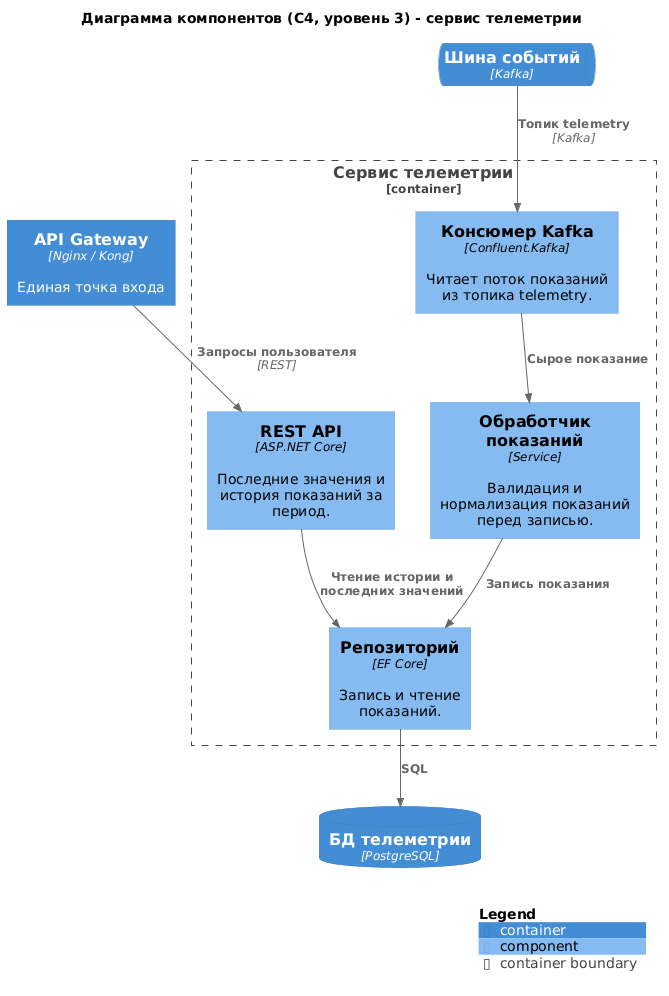
This is schemas/task2-c4-components-telemetry.png from Atom-Py/architecture-pro-warmhouse, a PlantUML export, as it was before one commit. Source of this version:
```plantuml
@startuml task2-c4-components-telemetry
!include <C4/C4_Component>

title Диаграмма компонентов (C4, уровень 3) - сервис телеметрии

Container(gateway, "API Gateway", "Nginx / Kong", "Единая точка входа")
ContainerQueue(kafka, "Шина событий", "Kafka", "")
ContainerDb(telemetry_db, "БД телеметрии", "PostgreSQL", "")

Container_Boundary(telemetry, "Сервис телеметрии") {
    Component(consumer, "Консюмер Kafka", "Confluent.Kafka", "Читает поток показаний из топика telemetry.")
    Component(processor, "Обработчик показаний", "Service", "Валидация и нормализация показаний перед записью.")
    Component(api, "REST API", "ASP.NET Core", "Последние значения и история показаний за период.")
    Component(repo, "Репозиторий", "EF Core", "Запись и чтение показаний.")
}

Rel(kafka, consumer, "Топик telemetry", "Kafka")
Rel(consumer, processor, "Сырое показание")
Rel(processor, repo, "Запись показания")
Rel(gateway, api, "Запросы пользователя", "REST")
Rel(api, repo, "Чтение истории и последних значений")
Rel(repo, telemetry_db, "SQL")

SHOW_LEGEND()
@enduml
```
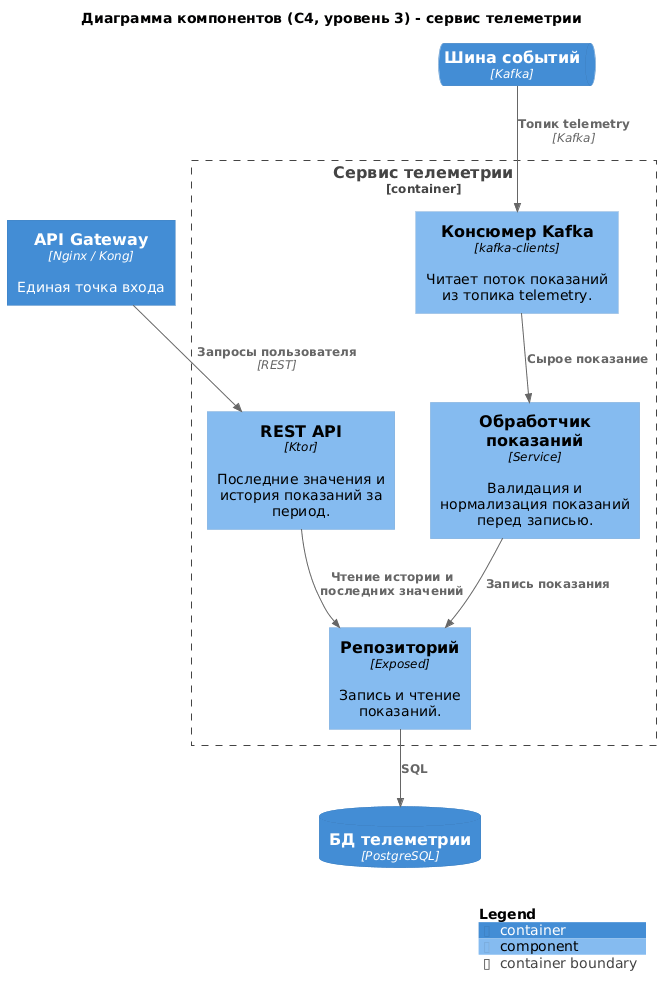
The same diagram one commit later.

The edit, as a diff of the source:
```diff
@@ -8,10 +8,10 @@
 ContainerDb(telemetry_db, "БД телеметрии", "PostgreSQL", "")
 
 Container_Boundary(telemetry, "Сервис телеметрии") {
-    Component(consumer, "Консюмер Kafka", "Confluent.Kafka", "Читает поток показаний из топика telemetry.")
+    Component(consumer, "Консюмер Kafka", "kafka-clients", "Читает поток показаний из топика telemetry.")
     Component(processor, "Обработчик показаний", "Service", "Валидация и нормализация показаний перед записью.")
-    Component(api, "REST API", "ASP.NET Core", "Последние значения и история показаний за период.")
-    Component(repo, "Репозиторий", "EF Core", "Запись и чтение показаний.")
+    Component(api, "REST API", "Ktor", "Последние значения и история показаний за период.")
+    Component(repo, "Репозиторий", "Exposed", "Запись и чтение показаний.")
 }
 
 Rel(kafka, consumer, "Топик telemetry", "Kafka")
```
